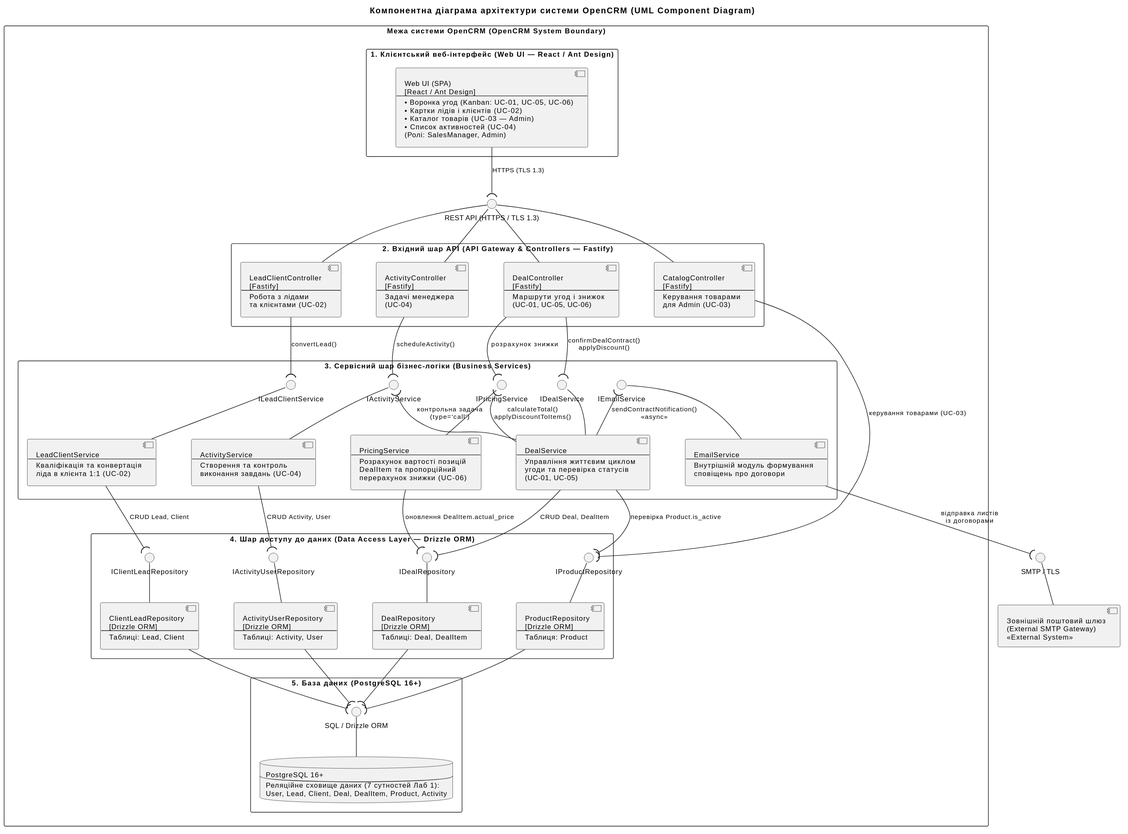
Earlier version of the PlantUML export lab5/model/component-diagram.svg (young3rrrr/KPI2).
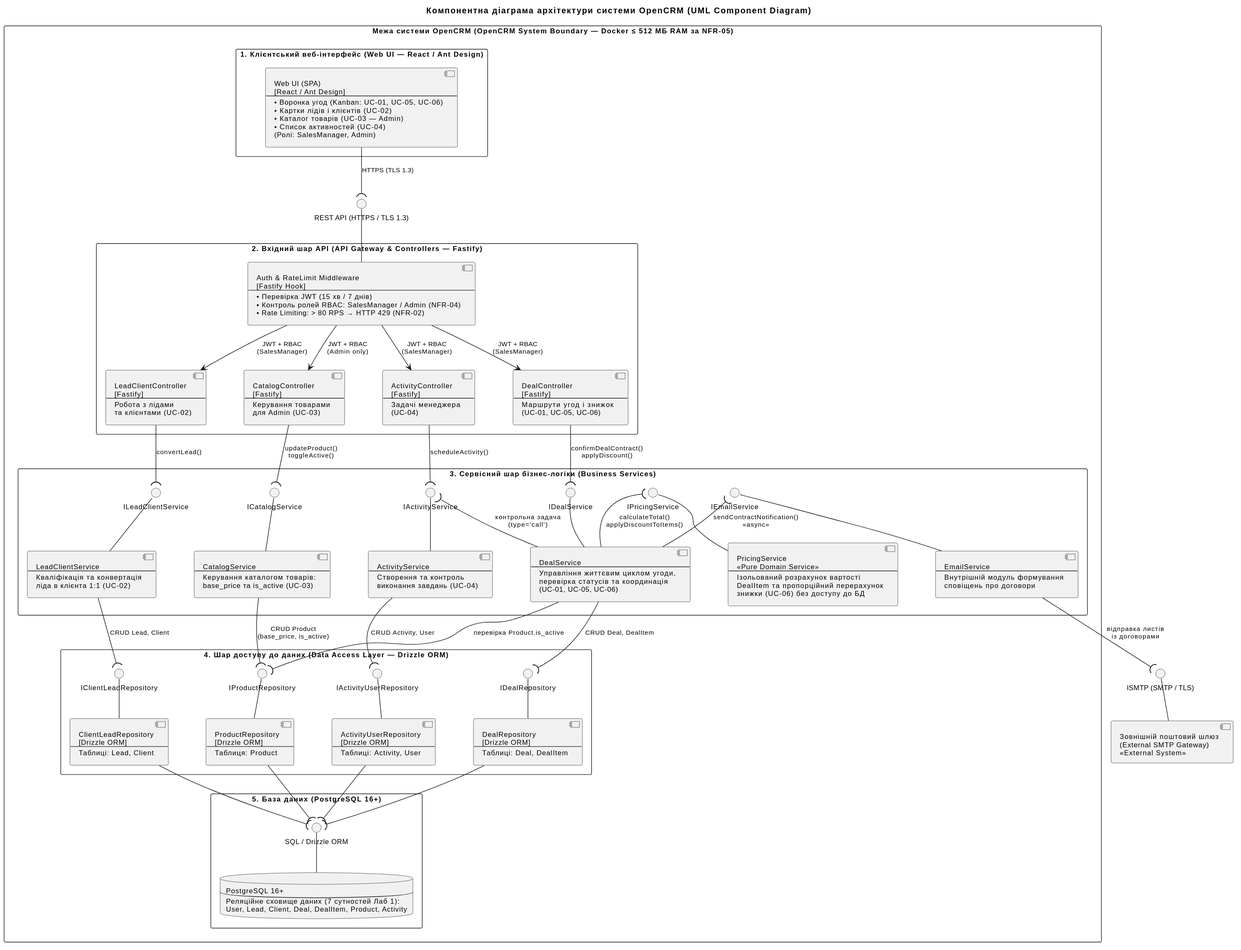
Later version of the same file.

Commit message:
agent commit: update Component diagram with strict service boundaries and Auth middleware

What changed in the source:
```diff
@@ -6,10 +6,10 @@
 skinparam packageStyle rectangle
 skinparam defaultFontSize 12
 skinparam ArrowFontSize 11
-skinparam nodesep 60
+skinparam nodesep 65
 skinparam ranksep 50
 
-rectangle "Межа системи OpenCRM (OpenCRM System Boundary)" as SystemBoundary {
+rectangle "Межа системи OpenCRM (OpenCRM System Boundary — Docker ≤ 512 МБ RAM за NFR-05)" as SystemBoundary {
 
   package "1. Клієнтський веб-інтерфейс (Web UI — React / Ant Design)" as UILayer {
     component "Web UI (SPA)\n[React / Ant Design]\n---\n• Воронка угод (Kanban: UC-01, UC-05, UC-06)\n• Картки лідів і клієнтів (UC-02)\n• Каталог товарів (UC-03 — Admin)\n• Список активностей (UC-04)\n(Ролі: SalesManager, Admin)" as WebUI
@@ -18,36 +18,40 @@
   interface "REST API (HTTPS / TLS 1.3)" as IRestAPI
 
   package "2. Вхідний шар API (API Gateway & Controllers — Fastify)" as APILayer {
+    component "Auth & RateLimit Middleware\n[Fastify Hook]\n---\n• Перевірка JWT (15 хв / 7 днів)\n• Контроль ролей RBAC: SalesManager / Admin (NFR-04)\n• Rate Limiting: > 80 RPS → HTTP 429 (NFR-02)" as AuthMiddleware
+
     component "LeadClientController\n[Fastify]\n---\nРобота з лідами\nта клієнтами (UC-02)" as LeadClientController
+    component "CatalogController\n[Fastify]\n---\nКерування товарами\nдля Admin (UC-03)" as CatalogController
     component "ActivityController\n[Fastify]\n---\nЗадачі менеджера\n(UC-04)" as ActivityController
     component "DealController\n[Fastify]\n---\nМаршрути угод і знижок\n(UC-01, UC-05, UC-06)" as DealController
-    component "CatalogController\n[Fastify]\n---\nКерування товарами\nдля Admin (UC-03)" as CatalogController
   }
 
   package "3. Сервісний шар бізнес-логіки (Business Services)" as ServiceLayer {
     interface "ILeadClientService" as ILeadClientService
+    interface "ICatalogService" as ICatalogService
     interface "IActivityService" as IActivityService
     interface "IDealService" as IDealService
     interface "IPricingService" as IPricingService
     interface "IEmailService" as IEmailService
 
     component "LeadClientService\n---\nКваліфікація та конвертація\nліда в клієнта 1:1 (UC-02)" as LeadClientService
+    component "CatalogService\n---\nКерування каталогом товарів:\nbase_price та is_active (UC-03)" as CatalogService
     component "ActivityService\n---\nСтворення та контроль\nвиконання завдань (UC-04)" as ActivityService
-    component "DealService\n---\nУправління життєвим циклом\nугоди та перевірка статусів\n(UC-01, UC-05)" as DealService
-    component "PricingService\n---\nРозрахунок вартості позицій\nDealItem та пропорційний\nперерахунок знижки (UC-06)" as PricingService
+    component "DealService\n---\nУправління життєвим циклом угоди,\nперевірка статусів та координація\n(UC-01, UC-05, UC-06)" as DealService
+    component "PricingService\n<<Pure Domain Service>>\n---\nІзольований розрахунок вартості\nDealItem та пропорційний перерахунок\nзнижки (UC-06) без доступу до БД" as PricingService
     component "EmailService\n---\nВнутрішній модуль формування\nсповіщень про договори" as EmailService
   }
 
   package "4. Шар доступу до даних (Data Access Layer — Drizzle ORM)" as DALLayer {
     interface "IClientLeadRepository" as IClientLeadRepo
+    interface "IProductRepository" as IProductRepo
     interface "IActivityUserRepository" as IActivityUserRepo
     interface "IDealRepository" as IDealRepo
-    interface "IProductRepository" as IProductRepo
 
     component "ClientLeadRepository\n[Drizzle ORM]\n---\nТаблиці: Lead, Client" as ClientLeadRepository
+    component "ProductRepository\n[Drizzle ORM]\n---\nТаблиця: Product" as ProductRepository
     component "ActivityUserRepository\n[Drizzle ORM]\n---\nТаблиці: Activity, User" as ActivityUserRepository
     component "DealRepository\n[Drizzle ORM]\n---\nТаблиці: Deal, DealItem" as DealRepository
-    component "ProductRepository\n[Drizzle ORM]\n---\nТаблиця: Product" as ProductRepository
   }
 
   package "5. База даних (PostgreSQL 16+)" as DBLayer {
@@ -56,60 +60,73 @@
   }
 }
 
-interface "SMTP / TLS" as ISMTP
+interface "ISMTP (SMTP / TLS)" as ISMTP
 component "Зовнішній поштовий шлюз\n(External SMTP Gateway)\n<<External System>>" as ExternalSMTP
 
-LeadClientController -[hidden]right- ActivityController
+LeadClientController -[hidden]right- CatalogController
+CatalogController -[hidden]right- ActivityController
 ActivityController -[hidden]right- DealController
-DealController -[hidden]right- CatalogController
 
-ILeadClientService -[hidden]right- IActivityService
+ILeadClientService -[hidden]right- ICatalogService
+ICatalogService -[hidden]right- IActivityService
 IActivityService -[hidden]right- IDealService
 IDealService -[hidden]right- IPricingService
 IPricingService -[hidden]right- IEmailService
 
-IClientLeadRepo -[hidden]right- IActivityUserRepo
+LeadClientService -[hidden]right- CatalogService
+CatalogService -[hidden]right- ActivityService
+ActivityService -[hidden]right- DealService
+DealService -[hidden]right- PricingService
+PricingService -[hidden]right- EmailService
+
+IClientLeadRepo -[hidden]right- IProductRepo
+IProductRepo -[hidden]right- IActivityUserRepo
 IActivityUserRepo -[hidden]right- IDealRepo
-IDealRepo -[hidden]right- IProductRepo
+
+ClientLeadRepository -[hidden]right- ProductRepository
+ProductRepository -[hidden]right- ActivityUserRepository
+ActivityUserRepository -[hidden]right- DealRepository
 
 WebUI --( IRestAPI : HTTPS (TLS 1.3)
-IRestAPI -- LeadClientController
-IRestAPI -- ActivityController
-IRestAPI -- DealController
-IRestAPI -- CatalogController
+IRestAPI -- AuthMiddleware
+
+AuthMiddleware --> LeadClientController : JWT + RBAC\n(SalesManager)
+AuthMiddleware --> CatalogController : JWT + RBAC\n(Admin only)
+AuthMiddleware --> ActivityController : JWT + RBAC\n(SalesManager)
+AuthMiddleware --> DealController : JWT + RBAC\n(SalesManager)
 
 ILeadClientService -- LeadClientService
+ICatalogService -- CatalogService
 IActivityService -- ActivityService
 IDealService -- DealService
 IPricingService -- PricingService
 IEmailService -- EmailService
 
 LeadClientController --( ILeadClientService : convertLead()
+CatalogController --( ICatalogService : updateProduct()\ntoggleActive()
 ActivityController --( IActivityService : scheduleActivity()
 DealController --( IDealService : confirmDealContract()\napplyDiscount()
-DealController --( IPricingService : розрахунок знижки
-CatalogController --( IProductRepo : керування товарами (UC-03)
 
 DealService -up-( IActivityService : контрольна задача\n(type='call')
 DealService -up-( IPricingService : calculateTotal()\napplyDiscountToItems()
 DealService -up-( IEmailService : sendContractNotification()\n<<async>>
 
 IClientLeadRepo -- ClientLeadRepository
+IProductRepo -- ProductRepository
 IActivityUserRepo -- ActivityUserRepository
 IDealRepo -- DealRepository
-IProductRepo -- ProductRepository
 
 LeadClientService --( IClientLeadRepo : CRUD Lead, Client
+CatalogService --( IProductRepo : CRUD Product\n(base_price, is_active)
 ActivityService --( IActivityUserRepo : CRUD Activity, User
+DealService --( IProductRepo : перевірка Product.is_active
 DealService --( IDealRepo : CRUD Deal, DealItem
-DealService --( IProductRepo : перевірка Product.is_active
-PricingService --( IDealRepo : оновлення DealItem.actual_price
 
 ISQL -- PostgresDB
 ClientLeadRepository --( ISQL
+ProductRepository --( ISQL
 ActivityUserRepository --( ISQL
 DealRepository --( ISQL
-ProductRepository --( ISQL
 
 ISMTP -- ExternalSMTP
 EmailService --( ISMTP : відправка листів\nіз договорами
```
